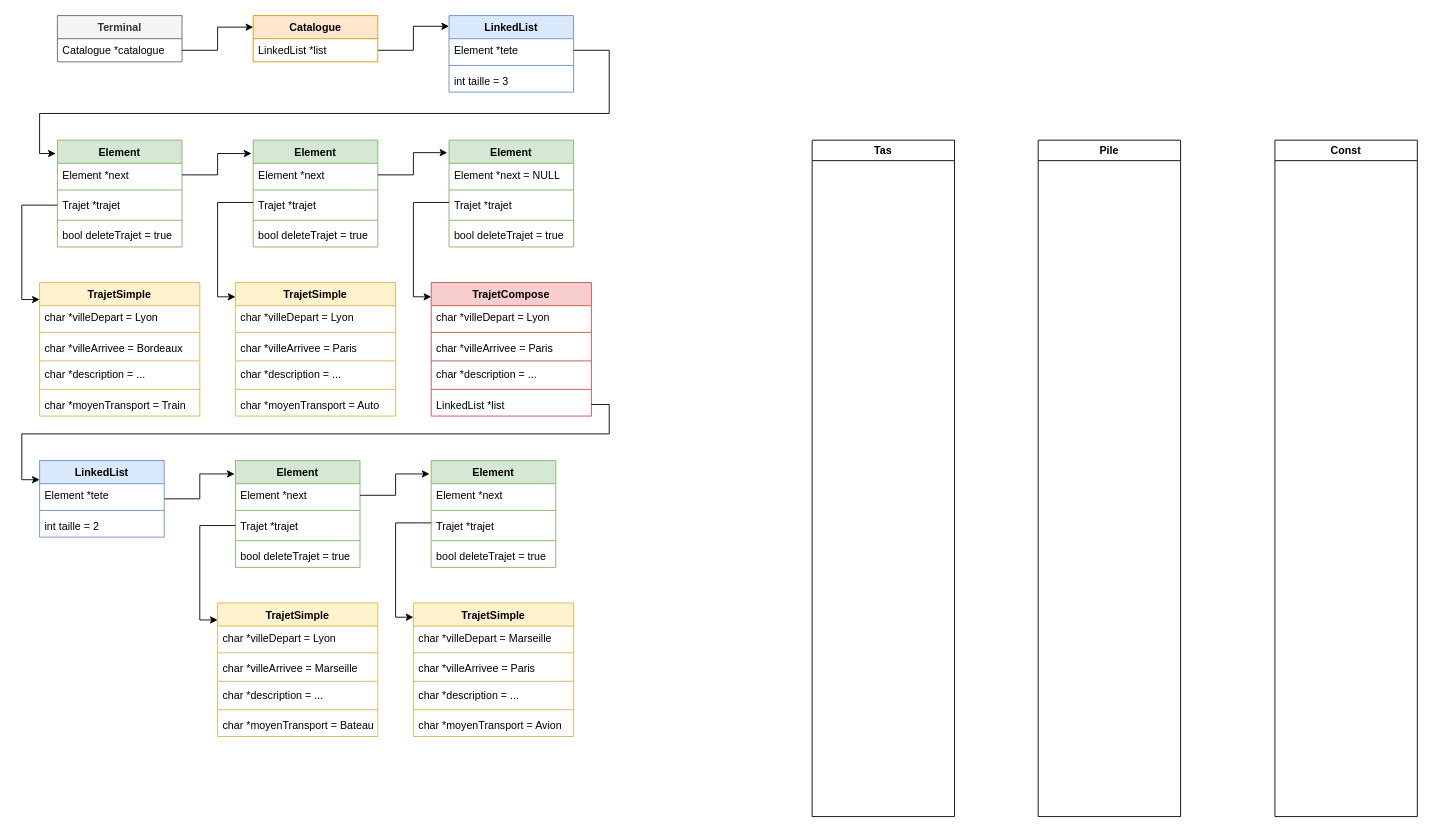
The draw.io diagram CPP_TP2_DessinMemoire.drawio in Arkpsss/CPP_TP2, before the edit. Source tidied: cells renumbered, new cells numbered last; positions are measured from the earlier drawing's top-left corner, leaving out a move shared by most shapes. Both pictures are drawn from the tidied source at 89%, with x=0, y=0 at pixel (21, 15).
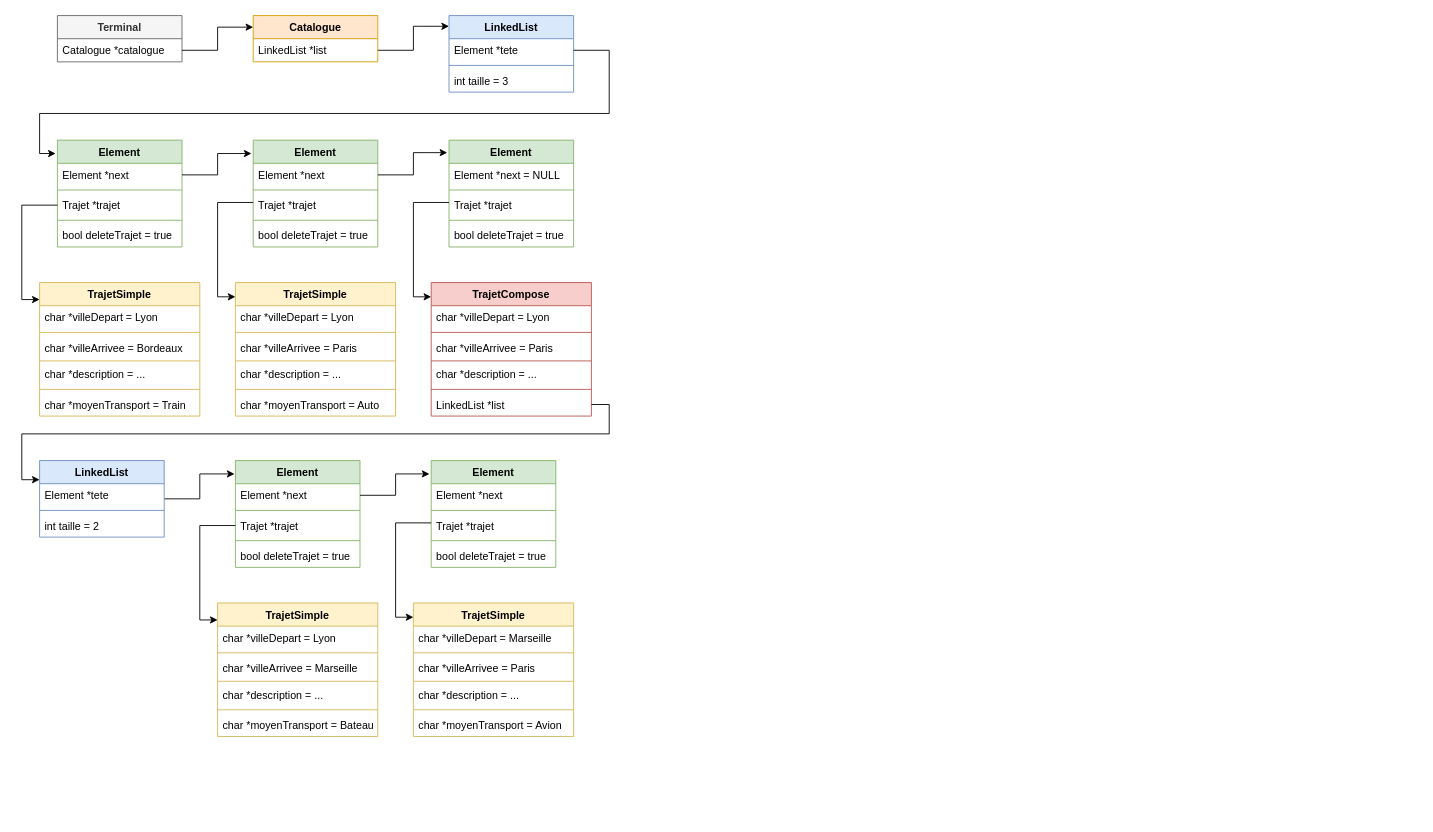
The same diagram, later.

Commit message:
Presque complet

The edit, as a diff of the source:
```diff
@@
-    <mxCell id="2" value="&lt;div&gt;Tas&lt;/div&gt;" style="swimlane;whiteSpace=wrap;html=1;" parent="1" vertex="1">
-      <mxGeometry x="888" y="140" width="160" height="760" as="geometry" />
-    </mxCell>
-    <mxCell id="3" value="Pile" style="swimlane;whiteSpace=wrap;html=1;" parent="1" vertex="1">
-      <mxGeometry x="1142" y="140" width="160" height="760" as="geometry" />
-    </mxCell>
-    <mxCell id="4" value="Const" style="swimlane;whiteSpace=wrap;html=1;" parent="1" vertex="1">
-      <mxGeometry x="1408" y="140" width="160" height="760" as="geometry" />
-    </mxCell>
```
